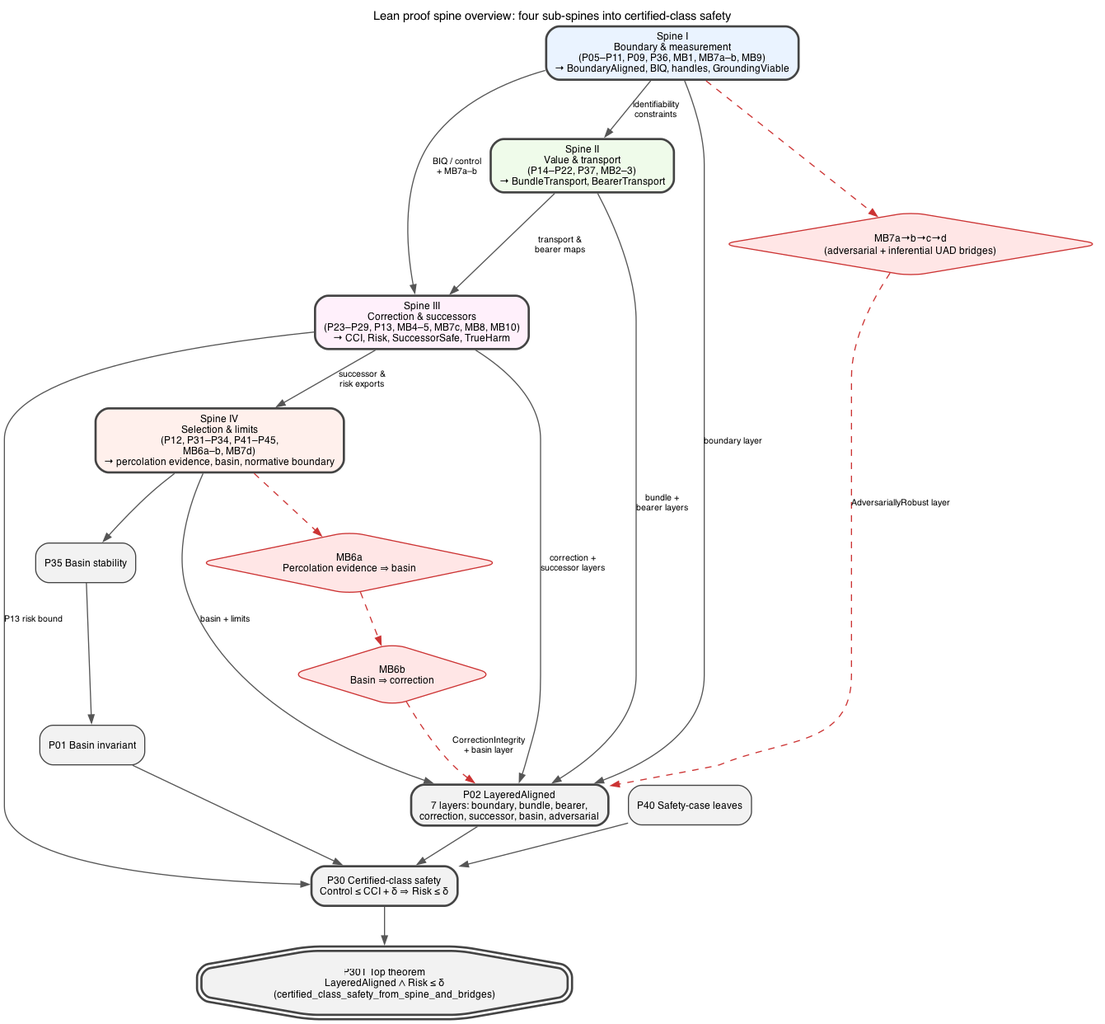
Before: figures/lean_proof/00-overview.png, a diagram exported from Graphviz (GunnarZarncke/towards-asi-alignment). Its source is kept beside it as context/lean_proof_graphs/00-overview.dot.
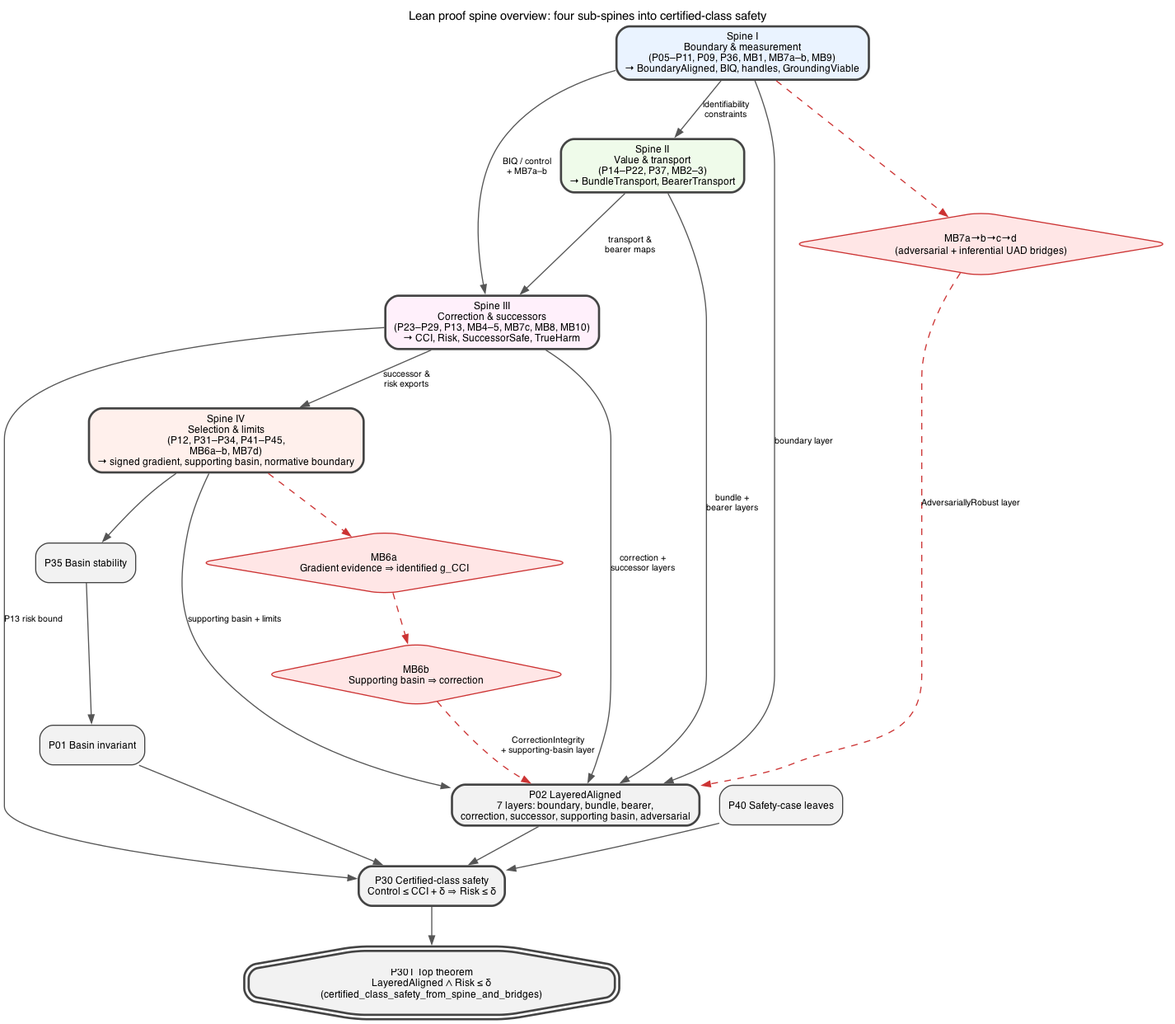
Later version of the same file.

The edit, as a diff of the source:
```diff
@@ -18,10 +18,10 @@
       fillcolor="#EFFBEA", penwidth=2];
   S3 [label="Spine III\nCorrection & successors\n(P23–P29, P13, MB4–5, MB7c, MB8, MB10)\n→ CCI, Risk, SuccessorSafe, TrueHarm",
       fillcolor="#FFF0FB", penwidth=2];
-  S4 [label="Spine IV\nSelection & limits\n(P12, P31–P34, P41–P45,\nMB6a–b, MB7d)\n→ percolation evidence, basin, normative boundary",
+  S4 [label="Spine IV\nSelection & limits\n(P12, P31–P34, P41–P45,\nMB6a–b, MB7d)\n→ signed gradient, supporting basin, normative boundary",
       fillcolor="#FFF0EC", penwidth=2];
 
-  P02 [label="P02 LayeredAligned\n7 layers: boundary, bundle, bearer,\ncorrection, successor, basin, adversarial",
+  P02 [label="P02 LayeredAligned\n7 layers: boundary, bundle, bearer,\ncorrection, successor, supporting basin, adversarial",
        fillcolor="#F2F2F2", penwidth=2];
   P35 [label="P35 Basin stability", fillcolor="#F2F2F2"];
   P01 [label="P01 Basin invariant", fillcolor="#F2F2F2"];
@@ -32,20 +32,20 @@
 
   MB7 [shape=diamond, fillcolor="#FFE6E6", color="#CC3333",
        label="MB7a→b→c→d\n(adversarial + inferential UAD bridges)"];
-  MB6a [shape=diamond, fillcolor="#FFE6E6", color="#CC3333", label="MB6a\nPercolation evidence ⇒ basin"];
-  MB6b [shape=diamond, fillcolor="#FFE6E6", color="#CC3333", label="MB6b\nBasin ⇒ correction"];
+  MB6a [shape=diamond, fillcolor="#FFE6E6", color="#CC3333", label="MB6a\nGradient evidence ⇒ identified g_CCI"];
+  MB6b [shape=diamond, fillcolor="#FFE6E6", color="#CC3333", label="MB6b\nSupporting basin ⇒ correction"];
 
   S1 -> S2 [label="identifiability\nconstraints"];
   S1 -> S3 [label="BIQ / control\n+ MB7a–b"];
   S2 -> S3 [label="transport &\nbearer maps"];
   S3 -> S4 [label="successor &\nrisk exports"];
-  S4 -> P02 [label="basin + limits"];
+  S4 -> P02 [label="supporting basin + limits"];
 
   S1 -> MB7 [style=dashed, color="#CC3333"];
   MB7 -> P02 [style=dashed, color="#CC3333", label="AdversariallyRobust layer"];
   S4 -> MB6a [style=dashed, color="#CC3333"];
   MB6a -> MB6b [style=dashed, color="#CC3333"];
-  MB6b -> P02 [style=dashed, color="#CC3333", label="CorrectionIntegrity\n+ basin layer"];
+  MB6b -> P02 [style=dashed, color="#CC3333", label="CorrectionIntegrity\n+ supporting-basin layer"];
   S3 -> P02 [label="correction +\nsuccessor layers"];
   S2 -> P02 [label="bundle +\nbearer layers"];
   S1 -> P02 [label="boundary layer"];
```
